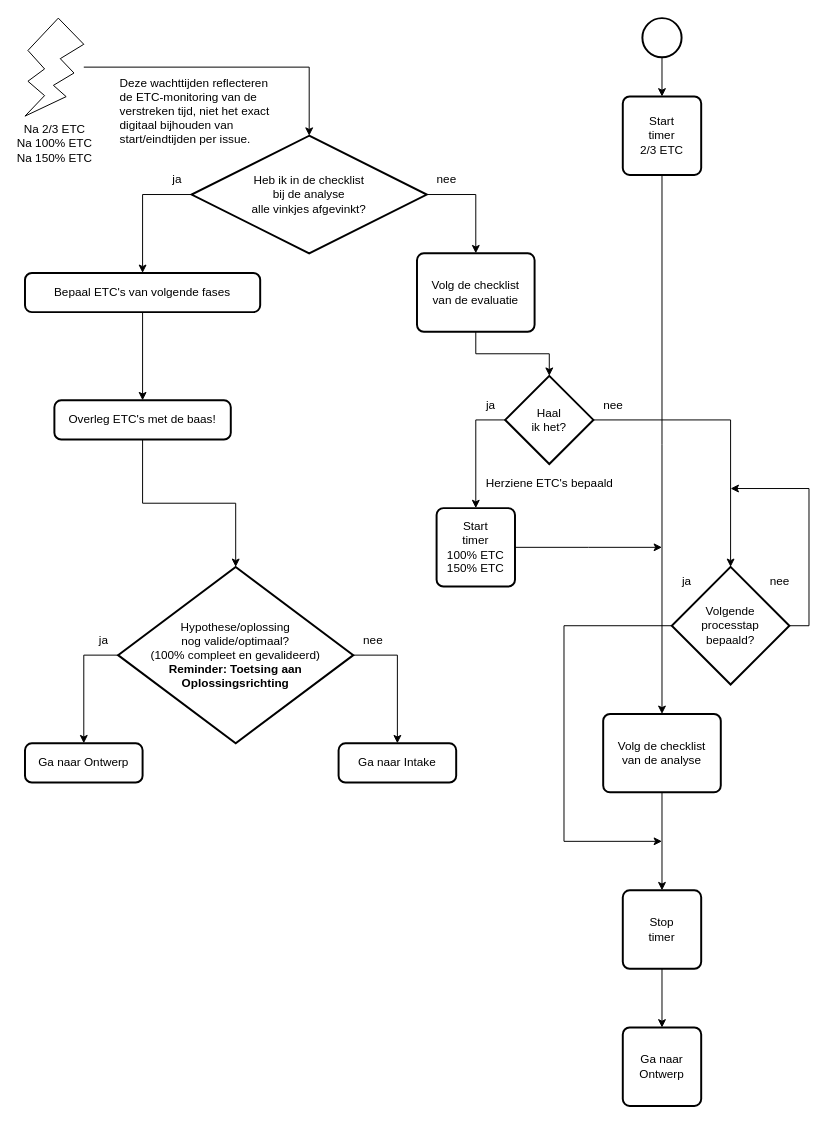
The draw.io diagram 2 Issue Tracker analyse.drawio in Zaibatsu89/IssueTracker, before the edit. Source tidied: cells renumbered, new cells numbered last; positions are measured from the earlier drawing's top-left corner, leaving out a move shared by most shapes. Both pictures are drawn from the tidied source at 98%, with x=0, y=0 at pixel (24, 18).
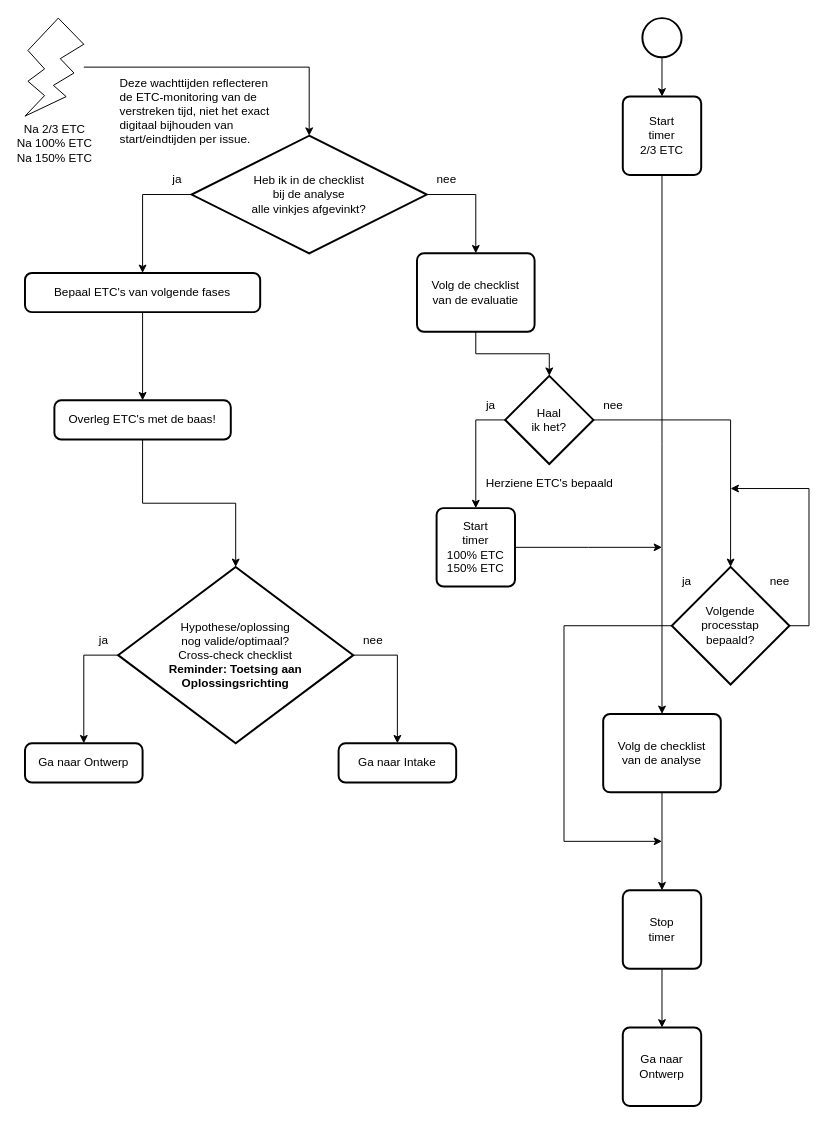
After the change.

Commit message (it also covers changes not shown here):
Vervang "(100% compleet en gevalideerd)" door "Cross-check checklist" in flowcharts

What changed in the source:
```diff
@@
-    <mxCell id="15" value="Hypothese/oplossing&lt;br&gt;nog valide/optimaal?&lt;br&gt;(100% compleet en gevalideerd)&lt;br&gt;&lt;b&gt;Reminder: Toetsing aan Oplossingsrichting&lt;/b&gt;" style="strokeWidth=2;html=1;shape=mxgraph.flowchart.decision;whiteSpace=wrap;" parent="1" vertex="1">
+    <mxCell id="15" value="Hypothese/oplossing&lt;br&gt;nog valide/optimaal?&lt;br&gt;Cross-check checklist&lt;br&gt;&lt;b&gt;Reminder: Toetsing aan Oplossingsrichting&lt;/b&gt;" style="strokeWidth=2;html=1;shape=mxgraph.flowchart.decision;whiteSpace=wrap;" parent="1" vertex="1">
       <mxGeometry x="95" y="560" width="240" height="180" as="geometry" />
     </mxCell>
```
